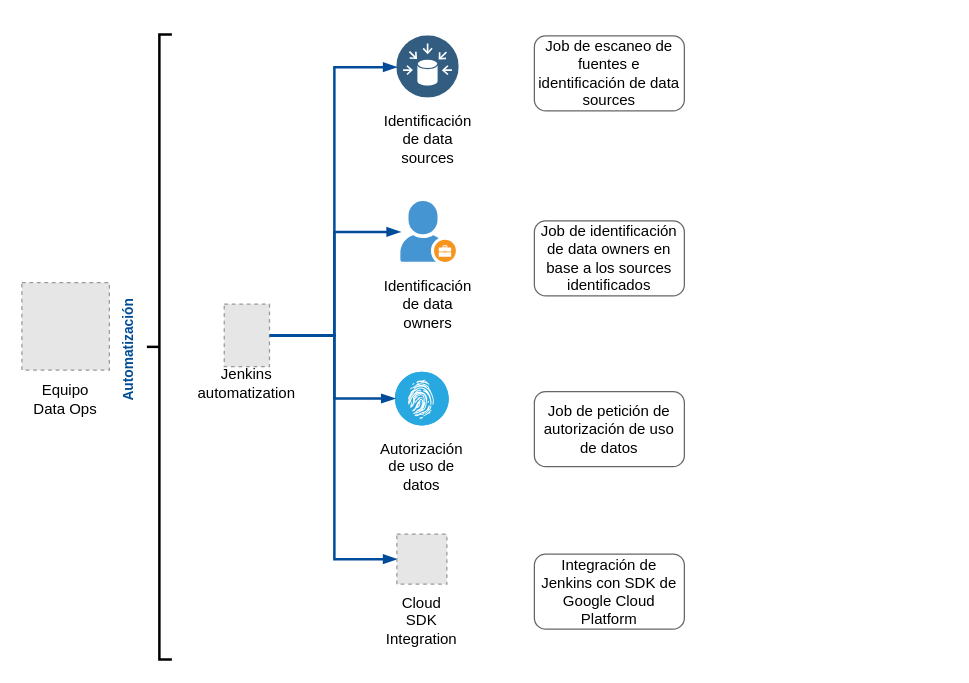
Before: page "ModeloOperacional-data-ops" (4 of 5) of identificacion-problema.drawio in jastonitas/mba-tesis-grupo5, a draw.io diagram. Source tidied: cells renumbered, new cells numbered last; positions are measured from the earlier drawing's top-left corner, leaving out a move shared by most shapes. Both pictures are drawn from the tidied source at 125%, with x=0, y=0 at pixel (21, 34). Pictures stored in the file or linked from it are replaced by grey dashed boxes.
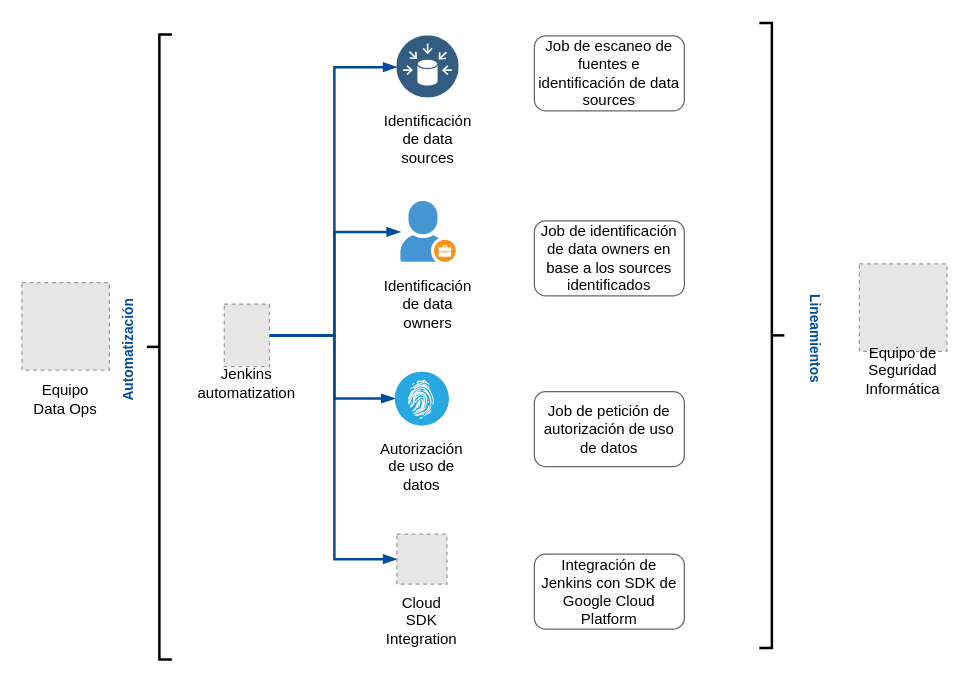
The same diagram, later.

What changed in the source:
```diff
@@
+    <mxCell id="24" style="fillColor=#E6E6E6;strokeColor=#999999;dashed=1;verticalLabelPosition=bottom;labelBackgroundColor=default;verticalAlign=top;" parent="1" vertex="1">
+      <mxGeometry x="670" y="183.5" width="70" height="70" as="geometry" />
+    </mxCell>
+    <mxCell id="25" value="Equipo de Seguridad Informática" style="text;html=1;align=center;verticalAlign=middle;whiteSpace=wrap;rounded=0;" parent="1" vertex="1">
+      <mxGeometry x="675" y="253.5" width="60" height="30" as="geometry" />
+    </mxCell>
+    <mxCell id="26" style="strokeWidth=2;html=1;shape=mxgraph.flowchart.annotation_2;align=left;labelPosition=right;rotation=-180;" parent="1" vertex="1">
+      <mxGeometry x="590" y="-9.2" width="20" height="500" as="geometry" />
+    </mxCell>
+    <mxCell id="27" value="&lt;font style=&quot;font-size: 11px;&quot;&gt;&lt;b&gt;Lineamientos&lt;/b&gt;&lt;/font&gt;" style="text;html=1;align=center;verticalAlign=middle;whiteSpace=wrap;rounded=0;rotation=90;fontColor=#004C99;" parent="1" vertex="1">
+      <mxGeometry x="550" y="231.2" width="170" height="25" as="geometry" />
+    </mxCell>
```
